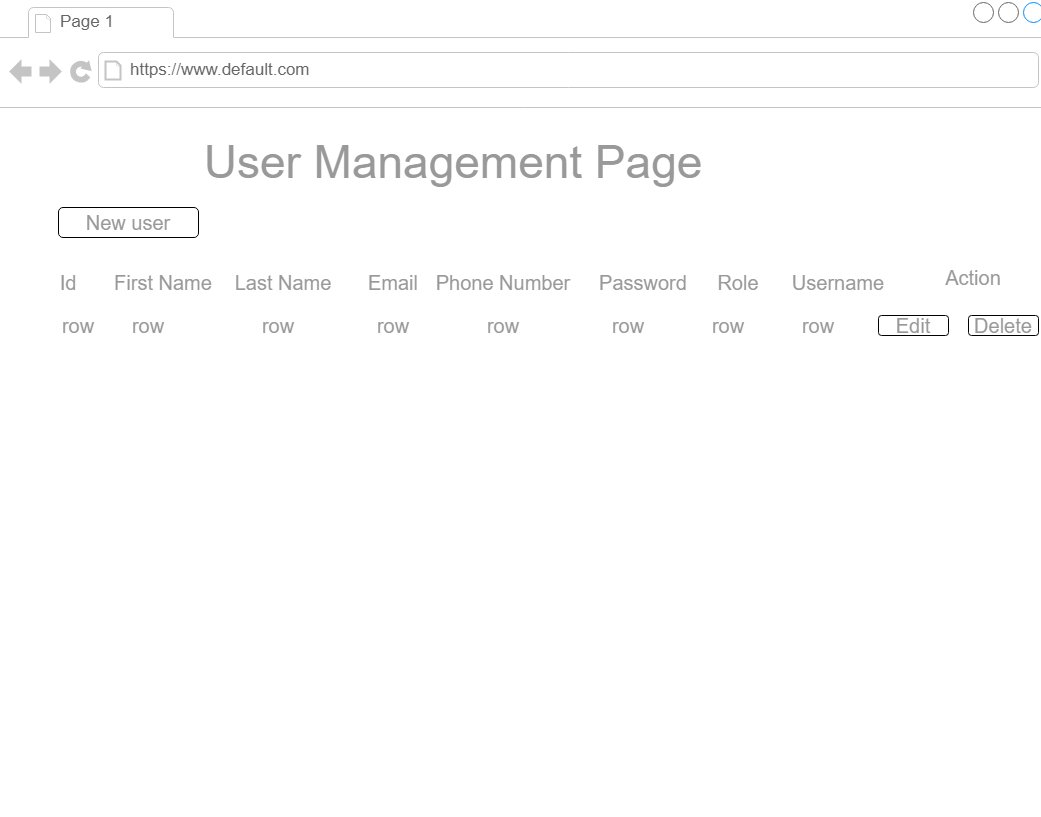
This is documentation/wireframe user management page.png from kristina-sh/webprog-pizza-rest, a draw.io export, as it was before one commit. Source tidied: cells renumbered, new cells last; positions are measured from the earlier drawing's top-left corner, leaving out a move shared by most shapes.
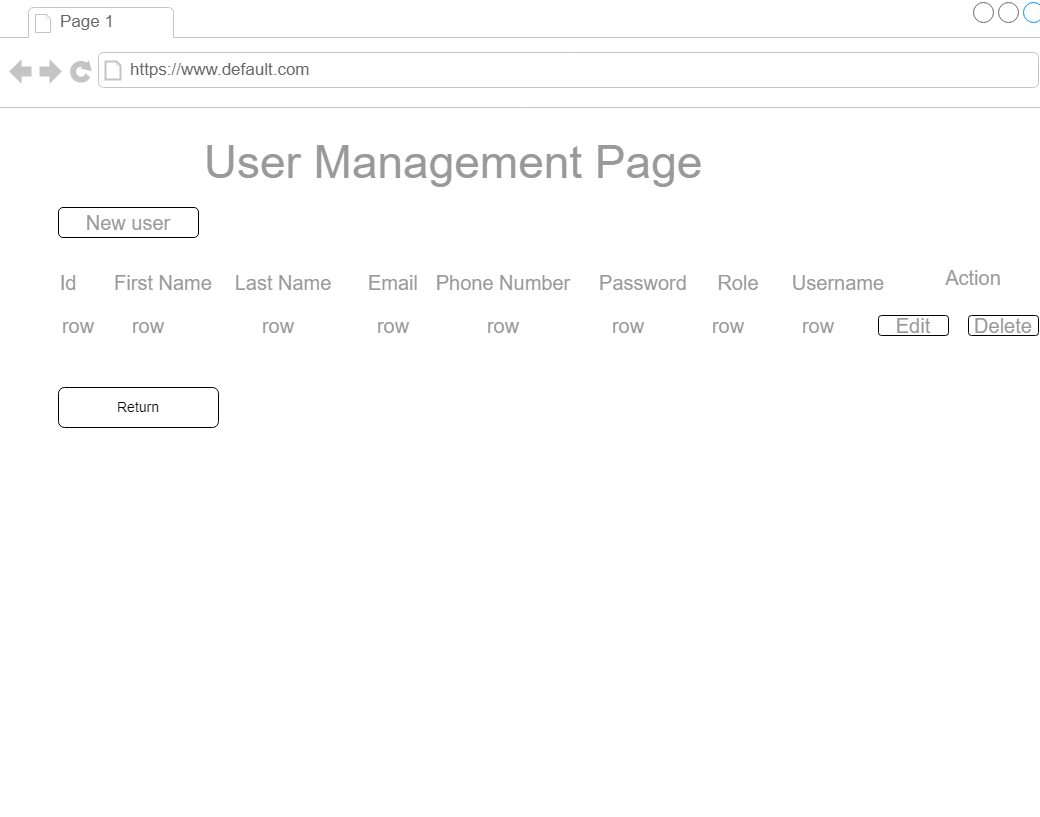
The same file after the commit.

The edit, as a diff of the source:
```diff
@@ -104,5 +104,11 @@
     <mxCell id="35" value="row" style="text;html=1;strokeColor=none;fillColor=none;align=center;verticalAlign=middle;whiteSpace=wrap;rounded=0;fontSize=20;fontColor=#999999;" parent="11" vertex="1">
       <mxGeometry x="790" y="313" width="60" height="30" as="geometry" />
     </mxCell>
+    <mxCell id="36" style="rounded=1;whiteSpace=wrap;html=1;fontSize=14;" parent="11" vertex="1">
+      <mxGeometry x="60" y="390" width="160" height="40" as="geometry" />
+    </mxCell>
+    <mxCell id="37" value="Return" style="text;html=1;strokeColor=none;fillColor=none;align=center;verticalAlign=middle;whiteSpace=wrap;rounded=0;fontSize=14;" parent="11" vertex="1">
+      <mxGeometry x="110" y="395" width="60" height="30" as="geometry" />
+    </mxCell>
   </root>
 </mxGraphModel>
```
